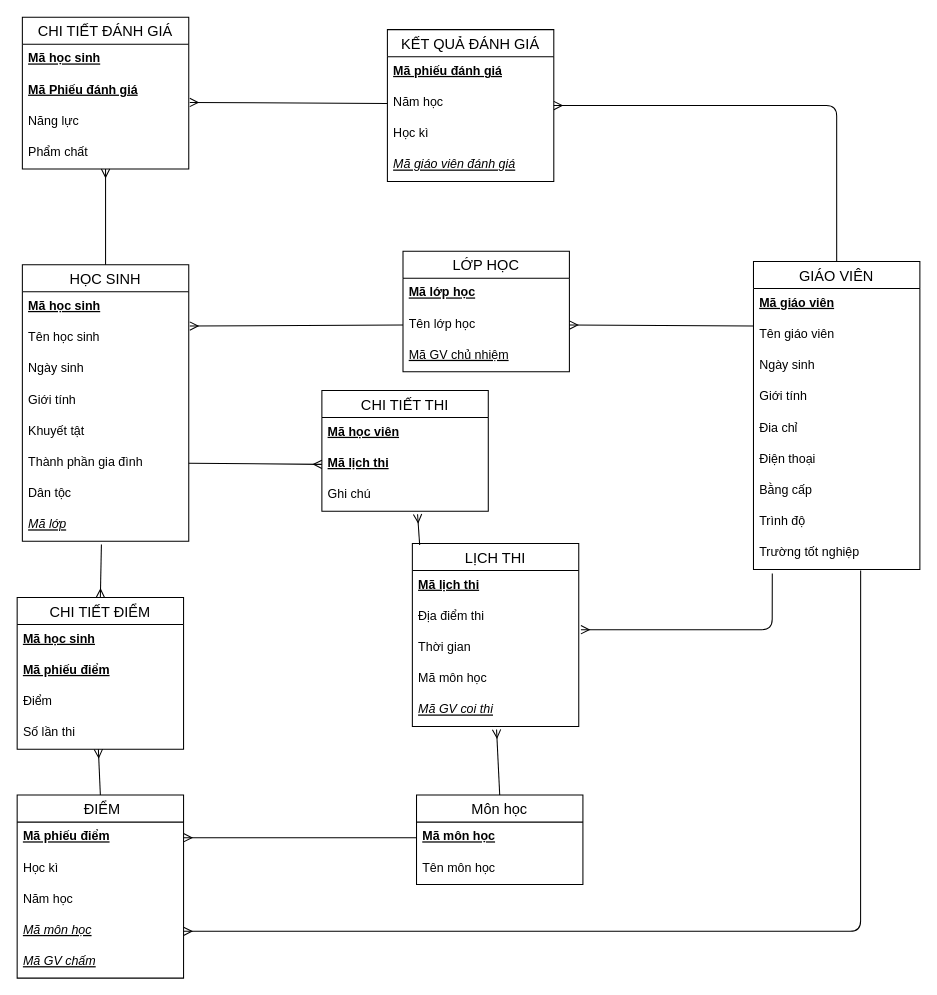
TLGKien/graph keeps this draw.io diagram as 3.2.2.drawio. Above is the earlier version. Source tidied: cells renumbered, new cells numbered last; positions are measured from the earlier drawing's top-left corner, leaving out a move shared by most shapes. Both pictures are drawn from the tidied source at 104%, with x=0, y=0 at pixel (17, 17).
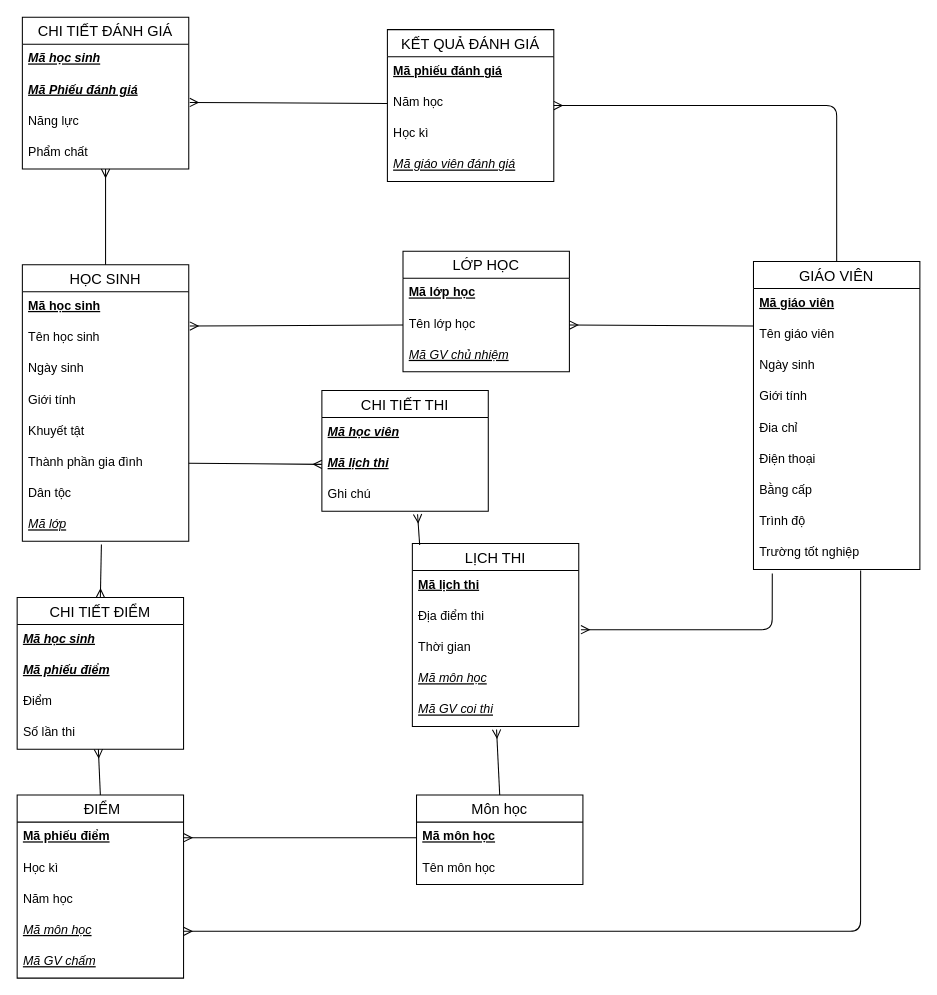
After the change.

Unchanged cells that the change refers to:
```xml
<mxCell id="21" value="LỚP HỌC" style="swimlane;fontStyle=0;horizontal=1;startSize=26;align=center;fontSize=14;" parent="1" vertex="1">
  <mxGeometry x="371" y="225" width="160" height="116" as="geometry" />
</mxCell>
<mxCell id="28" value="LỊCH THI" style="swimlane;fontStyle=0;horizontal=1;startSize=26;align=center;fontSize=14;" parent="1" vertex="1">
  <mxGeometry x="380" y="506" width="160" height="176" as="geometry" />
</mxCell>
<mxCell id="34" value="CHI TIẾT THI" style="swimlane;fontStyle=0;horizontal=1;startSize=26;align=center;fontSize=14;" parent="1" vertex="1">
  <mxGeometry x="293" y="359" width="160" height="116" as="geometry" />
</mxCell>
<mxCell id="44" value="CHI TIẾT ĐIỂM" style="swimlane;fontStyle=0;horizontal=1;startSize=26;align=center;fontSize=14;" parent="1" vertex="1">
  <mxGeometry y="558" width="160" height="146" as="geometry" />
</mxCell>
<mxCell id="54" value="CHI TIẾT ĐÁNH GIÁ" style="swimlane;fontStyle=0;horizontal=1;startSize=26;align=center;fontSize=14;" parent="1" vertex="1">
  <mxGeometry x="5" width="160" height="146" as="geometry" />
</mxCell>
```

What changed in the source:
```diff
@@
-    <mxCell id="24" value="Mã GV chủ nhiệm" style="text;strokeColor=none;fillColor=none;spacingLeft=4;spacingRight=4;overflow=hidden;fontSize=12;fontStyle=4;" parent="21" vertex="1">
+    <mxCell id="24" value="Mã GV chủ nhiệm" style="text;strokeColor=none;fillColor=none;spacingLeft=4;spacingRight=4;overflow=hidden;fontSize=12;fontStyle=6;" parent="21" vertex="1">
       <mxGeometry y="86" width="160" height="30" as="geometry" />
     </mxCell>
@@
-    <mxCell id="32" value="Mã môn học" style="text;strokeColor=none;fillColor=none;spacingLeft=4;spacingRight=4;overflow=hidden;fontSize=12;" parent="28" vertex="1">
+    <mxCell id="32" value="Mã môn học" style="text;strokeColor=none;fillColor=none;spacingLeft=4;spacingRight=4;overflow=hidden;fontSize=12;fontStyle=6;" parent="28" vertex="1">
       <mxGeometry y="116" width="160" height="30" as="geometry" />
     </mxCell>
@@
-    <mxCell id="35" value="Mã học viên" style="text;strokeColor=none;fillColor=none;spacingLeft=4;spacingRight=4;overflow=hidden;fontSize=12;fontStyle=5;" parent="34" vertex="1">
+    <mxCell id="35" value="Mã học viên" style="text;strokeColor=none;fillColor=none;spacingLeft=4;spacingRight=4;overflow=hidden;fontSize=12;fontStyle=7;" parent="34" vertex="1">
       <mxGeometry y="26" width="160" height="30" as="geometry" />
     </mxCell>
-    <mxCell id="36" value="Mã lịch thi" style="text;strokeColor=none;fillColor=none;spacingLeft=4;spacingRight=4;overflow=hidden;points=[[0,0.5],[1,0.5]];portConstraint=eastwest;fontSize=12;fontStyle=5;" parent="34" vertex="1">
+    <mxCell id="36" value="Mã lịch thi" style="text;strokeColor=none;fillColor=none;spacingLeft=4;spacingRight=4;overflow=hidden;points=[[0,0.5],[1,0.5]];portConstraint=eastwest;fontSize=12;fontStyle=7;" parent="34" vertex="1">
       <mxGeometry y="56" width="160" height="30" as="geometry" />
     </mxCell>
@@
-    <mxCell id="45" value="Mã học sinh" style="text;strokeColor=none;fillColor=none;spacingLeft=4;spacingRight=4;overflow=hidden;fontSize=12;fontStyle=5;" parent="44" vertex="1">
+    <mxCell id="45" value="Mã học sinh" style="text;strokeColor=none;fillColor=none;spacingLeft=4;spacingRight=4;overflow=hidden;fontSize=12;fontStyle=7;" parent="44" vertex="1">
       <mxGeometry y="26" width="160" height="30" as="geometry" />
     </mxCell>
-    <mxCell id="46" value="Mã phiếu điểm" style="text;strokeColor=none;fillColor=none;spacingLeft=4;spacingRight=4;overflow=hidden;fontSize=12;fontStyle=5;" parent="44" vertex="1">
+    <mxCell id="46" value="Mã phiếu điểm" style="text;strokeColor=none;fillColor=none;spacingLeft=4;spacingRight=4;overflow=hidden;fontSize=12;fontStyle=7;" parent="44" vertex="1">
       <mxGeometry y="56" width="160" height="30" as="geometry" />
     </mxCell>
@@
-    <mxCell id="55" value="Mã học sinh" style="text;strokeColor=none;fillColor=none;spacingLeft=4;spacingRight=4;overflow=hidden;fontSize=12;fontStyle=5;" parent="54" vertex="1">
+    <mxCell id="55" value="Mã học sinh" style="text;strokeColor=none;fillColor=none;spacingLeft=4;spacingRight=4;overflow=hidden;fontSize=12;fontStyle=7;" parent="54" vertex="1">
       <mxGeometry y="26" width="160" height="30" as="geometry" />
     </mxCell>
-    <mxCell id="56" value="Mã Phiếu đánh giá" style="text;strokeColor=none;fillColor=none;spacingLeft=4;spacingRight=4;overflow=hidden;fontSize=12;fontStyle=5;" parent="54" vertex="1">
+    <mxCell id="56" value="Mã Phiếu đánh giá" style="text;strokeColor=none;fillColor=none;spacingLeft=4;spacingRight=4;overflow=hidden;fontSize=12;fontStyle=7;" parent="54" vertex="1">
       <mxGeometry y="56" width="160" height="30" as="geometry" />
     </mxCell>
```
